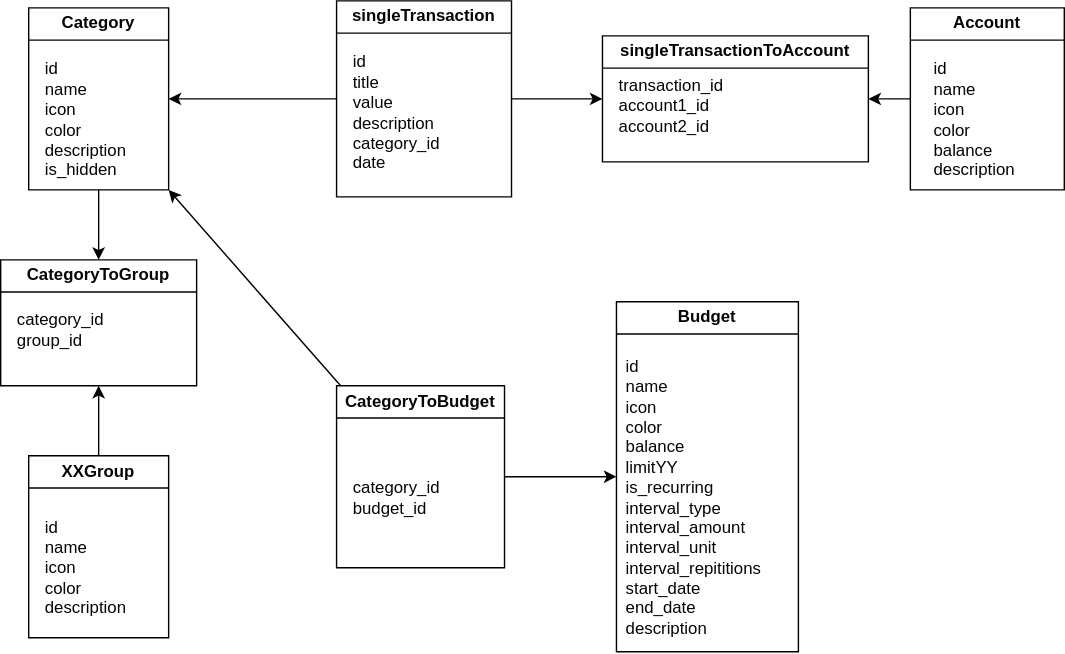
Earlier version of the draw.io export docs/db.drawio.svg (budgetiser/budgetiser). Source tidied: cells renumbered, new cells last; positions are measured from the earlier drawing's top-left corner, leaving out a move shared by most shapes.
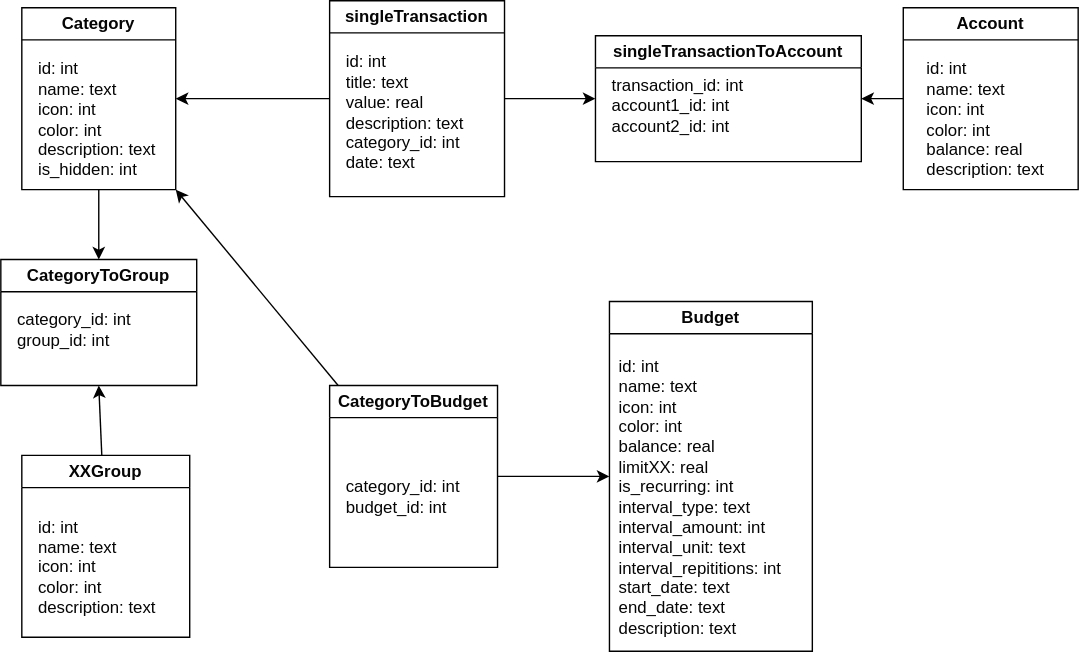
After the change.

The edit, as a diff of the source:
```diff
@@ -8,41 +8,41 @@
     <mxCell id="3" value="singleTransaction" style="swimlane;whiteSpace=wrap;html=1;rounded=0;fillStyle=auto;gradientColor=none;shadow=0;glass=0;strokeColor=#000000;fontColor=#050505;labelBackgroundColor=none;fillColor=none;" parent="1" vertex="1">
       <mxGeometry x="240" width="125" height="140" as="geometry" />
     </mxCell>
-    <mxCell id="4" value="id&lt;br&gt;title&lt;br&gt;value&lt;br&gt;description&lt;br&gt;category_id&lt;br&gt;date" style="text;html=1;align=left;verticalAlign=middle;strokeColor=none;fillColor=none;rounded=0;fontColor=#050505;labelBackgroundColor=none;" parent="3" vertex="1">
-      <mxGeometry x="10" y="30" width="90" height="100" as="geometry" />
+    <mxCell id="4" value="id: int&lt;br&gt;title: text&lt;br&gt;value: real&lt;br&gt;description: text&lt;br&gt;category_id: int&lt;br&gt;date: text" style="text;html=1;align=left;verticalAlign=middle;strokeColor=none;fillColor=none;rounded=0;fontColor=#050505;labelBackgroundColor=none;" parent="3" vertex="1">
+      <mxGeometry x="10" y="30" width="110" height="100" as="geometry" />
     </mxCell>
     <mxCell id="5" style="edgeStyle=none;html=1;entryX=1;entryY=0.5;entryDx=0;entryDy=0;rounded=0;strokeColor=#000000;fontColor=#050505;labelBackgroundColor=none;" parent="1" edge="1" source="6" target="22">
       <mxGeometry relative="1" as="geometry" />
     </mxCell>
     <mxCell id="6" value="Account" style="swimlane;whiteSpace=wrap;html=1;rounded=0;strokeColor=#000000;fontColor=#050505;labelBackgroundColor=none;fillColor=none;" parent="1" vertex="1">
-      <mxGeometry x="650" y="5" width="110" height="130" as="geometry" />
+      <mxGeometry x="650" y="5" width="125" height="130" as="geometry" />
     </mxCell>
-    <mxCell id="7" value="id&lt;br&gt;name&lt;br&gt;icon&lt;br&gt;color&lt;br&gt;balance&lt;br&gt;description" style="text;html=1;align=left;verticalAlign=middle;strokeColor=none;fillColor=none;rounded=0;fontColor=#050505;labelBackgroundColor=none;" parent="6" vertex="1">
-      <mxGeometry x="15" y="30" width="80" height="100" as="geometry" />
+    <mxCell id="7" value="id: int&lt;br&gt;name: text&lt;br&gt;icon: int&lt;br&gt;color: int&lt;br&gt;balance: real&lt;br&gt;description: text" style="text;html=1;align=left;verticalAlign=middle;strokeColor=none;fillColor=none;rounded=0;fontColor=#050505;labelBackgroundColor=none;" parent="6" vertex="1">
+      <mxGeometry x="15" y="30" width="110" height="100" as="geometry" />
     </mxCell>
     <mxCell id="8" style="edgeStyle=none;html=1;entryX=0.5;entryY=0;entryDx=0;entryDy=0;rounded=0;strokeColor=#000000;fontColor=#050505;labelBackgroundColor=none;" parent="1" edge="1" source="9" target="20">
       <mxGeometry relative="1" as="geometry" />
     </mxCell>
     <mxCell id="9" value="Category" style="swimlane;whiteSpace=wrap;html=1;rounded=0;strokeColor=#000000;fontColor=#050505;labelBackgroundColor=none;fillColor=none;" parent="1" vertex="1">
-      <mxGeometry x="20" y="5" width="100" height="130" as="geometry" />
+      <mxGeometry x="20" y="5" width="110" height="130" as="geometry" />
     </mxCell>
-    <mxCell id="10" value="id&lt;br&gt;name&lt;br&gt;icon&lt;br&gt;color&lt;br&gt;description&lt;br&gt;is_hidden&lt;br&gt;" style="text;html=1;align=left;verticalAlign=middle;strokeColor=none;fillColor=none;rounded=0;fontColor=#050505;labelBackgroundColor=none;" parent="9" vertex="1">
-      <mxGeometry x="10" y="30" width="80" height="100" as="geometry" />
+    <mxCell id="10" value="id: int&lt;br&gt;name: text&lt;br&gt;icon: int&lt;br&gt;color: int&lt;br&gt;description: text&lt;br&gt;is_hidden: int" style="text;html=1;align=left;verticalAlign=middle;strokeColor=none;fillColor=none;rounded=0;fontColor=#050505;labelBackgroundColor=none;" parent="9" vertex="1">
+      <mxGeometry x="10" y="30" width="110" height="100" as="geometry" />
     </mxCell>
     <mxCell id="11" style="edgeStyle=none;html=1;entryX=0.5;entryY=1;entryDx=0;entryDy=0;rounded=0;strokeColor=#000000;fontColor=#050505;labelBackgroundColor=none;" parent="1" edge="1" source="12" target="20">
       <mxGeometry relative="1" as="geometry" />
     </mxCell>
     <mxCell id="12" value="XXGroup" style="swimlane;whiteSpace=wrap;html=1;rounded=0;strokeColor=#000000;fontColor=#050505;labelBackgroundColor=none;fillColor=none;" parent="1" vertex="1">
-      <mxGeometry x="20" y="325" width="100" height="130" as="geometry" />
+      <mxGeometry x="20" y="325" width="120" height="130" as="geometry" />
     </mxCell>
-    <mxCell id="13" value="id&lt;br&gt;name&lt;br&gt;icon&lt;br&gt;color&lt;br&gt;description" style="text;html=1;align=left;verticalAlign=middle;strokeColor=none;fillColor=none;rounded=0;fontColor=#050505;labelBackgroundColor=none;" parent="12" vertex="1">
-      <mxGeometry x="10" y="35" width="80" height="90" as="geometry" />
+    <mxCell id="13" value="id: int&lt;br&gt;name: text&lt;br&gt;icon: int&lt;br&gt;color: int&lt;br&gt;description: text" style="text;html=1;align=left;verticalAlign=middle;strokeColor=none;fillColor=none;rounded=0;fontColor=#050505;labelBackgroundColor=none;" parent="12" vertex="1">
+      <mxGeometry x="10" y="35" width="110" height="90" as="geometry" />
     </mxCell>
     <mxCell id="14" value="Budget" style="swimlane;whiteSpace=wrap;html=1;rounded=0;labelBackgroundColor=none;labelBorderColor=none;gradientColor=none;fillColor=none;strokeColor=#000000;fontColor=#050505;" parent="1" vertex="1">
-      <mxGeometry x="440" y="215" width="130" height="250" as="geometry" />
+      <mxGeometry x="440" y="215" width="145" height="250" as="geometry" />
     </mxCell>
-    <mxCell id="15" value="id&lt;br&gt;name&lt;br&gt;icon&lt;br&gt;color&lt;br&gt;balance&lt;br&gt;limitYY&lt;br&gt;is_recurring&lt;br&gt;interval_type&lt;br&gt;interval_amount&lt;br&gt;interval_unit&lt;br&gt;interval_repititions&lt;br&gt;start_date&lt;br&gt;end_date&lt;br&gt;description" style="text;html=1;align=left;verticalAlign=middle;strokeColor=none;fillColor=none;rounded=0;fontColor=#050505;labelBackgroundColor=none;" parent="14" vertex="1">
-      <mxGeometry x="5" y="30" width="120" height="220" as="geometry" />
+    <mxCell id="15" value="id: int&lt;br&gt;name: text&lt;br&gt;icon: int&lt;br&gt;color: int&lt;br&gt;balance: real&lt;br&gt;limitXX: real&lt;br&gt;is_recurring: int&lt;br&gt;interval_type: text&lt;br&gt;interval_amount: int&lt;br&gt;interval_unit: text&lt;br&gt;interval_repititions: int&lt;br&gt;start_date: text&lt;br&gt;end_date: text&lt;br&gt;description: text" style="text;html=1;align=left;verticalAlign=middle;strokeColor=none;fillColor=none;rounded=0;fontColor=#050505;labelBackgroundColor=none;" parent="14" vertex="1">
+      <mxGeometry x="5" y="30" width="140" height="220" as="geometry" />
     </mxCell>
     <mxCell id="16" style="edgeStyle=none;html=1;entryX=1;entryY=1;entryDx=0;entryDy=0;rounded=0;strokeColor=#000000;fontColor=#050505;labelBackgroundColor=none;" parent="1" edge="1" source="18" target="9">
       <mxGeometry relative="1" as="geometry" />
@@ -53,20 +53,20 @@
     <mxCell id="18" value="CategoryToBudget" style="swimlane;whiteSpace=wrap;html=1;rounded=0;strokeColor=#000000;fontColor=#050505;labelBackgroundColor=none;fillColor=none;" parent="1" vertex="1">
       <mxGeometry x="240" y="275" width="120" height="130" as="geometry" />
     </mxCell>
-    <mxCell id="19" value="category_id&lt;br&gt;budget_id" style="text;html=1;align=left;verticalAlign=middle;strokeColor=none;fillColor=none;rounded=0;fontColor=#050505;labelBackgroundColor=none;" parent="18" vertex="1">
-      <mxGeometry x="10" y="60" width="90" height="40" as="geometry" />
+    <mxCell id="19" value="category_id: int&lt;br&gt;budget_id: int" style="text;html=1;align=left;verticalAlign=middle;strokeColor=none;fillColor=none;rounded=0;fontColor=#050505;labelBackgroundColor=none;" parent="18" vertex="1">
+      <mxGeometry x="10" y="60" width="100" height="40" as="geometry" />
     </mxCell>
     <mxCell id="20" value="CategoryToGroup" style="swimlane;whiteSpace=wrap;html=1;rounded=0;strokeColor=#000000;fontColor=#050505;labelBackgroundColor=none;fillColor=none;" parent="1" vertex="1">
-      <mxGeometry y="185" width="140" height="90" as="geometry" />
+      <mxGeometry x="5" y="185" width="140" height="90" as="geometry" />
     </mxCell>
-    <mxCell id="21" value="category_id&lt;br&gt;group_id" style="text;html=1;align=left;verticalAlign=middle;strokeColor=none;fillColor=none;rounded=0;fontColor=#050505;labelBackgroundColor=none;" parent="20" vertex="1">
-      <mxGeometry x="10" y="30" width="90" height="40" as="geometry" />
+    <mxCell id="21" value="category_id: int&lt;br&gt;group_id: int" style="text;html=1;align=left;verticalAlign=middle;strokeColor=none;fillColor=none;rounded=0;fontColor=#050505;labelBackgroundColor=none;" parent="20" vertex="1">
+      <mxGeometry x="10" y="30" width="100" height="40" as="geometry" />
     </mxCell>
     <mxCell id="22" value="singleTransactionToAccount" style="swimlane;whiteSpace=wrap;html=1;rounded=0;strokeColor=#000000;fontColor=#050505;labelBackgroundColor=none;fillColor=none;" parent="1" vertex="1">
       <mxGeometry x="430" y="25" width="190" height="90" as="geometry" />
     </mxCell>
-    <mxCell id="23" value="transaction_id&lt;br&gt;account1_id&lt;br&gt;account2_id" style="text;html=1;align=left;verticalAlign=middle;strokeColor=none;fillColor=none;rounded=0;fontColor=#050505;labelBackgroundColor=none;" parent="22" vertex="1">
-      <mxGeometry x="10" y="20" width="100" height="60" as="geometry" />
+    <mxCell id="23" value="transaction_id: int&lt;br&gt;account1_id: int&lt;br&gt;account2_id: int" style="text;html=1;align=left;verticalAlign=middle;strokeColor=none;fillColor=none;rounded=0;fontColor=#050505;labelBackgroundColor=none;" parent="22" vertex="1">
+      <mxGeometry x="10" y="20" width="120" height="60" as="geometry" />
     </mxCell>
     <mxCell id="24" style="edgeStyle=none;html=1;entryX=1;entryY=0.5;entryDx=0;entryDy=0;exitX=0;exitY=0.5;exitDx=0;exitDy=0;rounded=0;strokeColor=#000000;fontColor=#050505;labelBackgroundColor=none;" parent="1" edge="1" source="3" target="9">
       <mxGeometry relative="1" as="geometry" />
```
